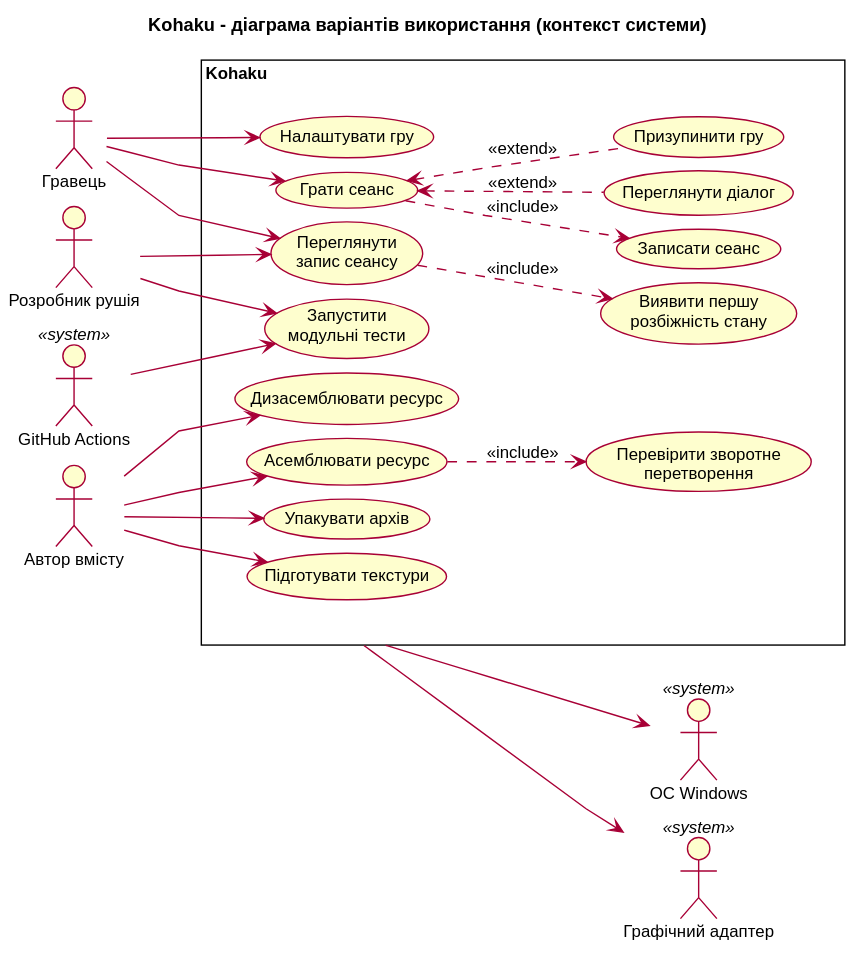
Before: docs/diagrams/level1-use-cases.svg, a diagram exported from PlantUML (kostenuksoft/th-esis). The source it was exported from:
```plantuml
@startuml
!include rose-common.iuml
left to right direction
skinparam nodesep 10
skinparam ranksep 38
title Kohaku - діаграма варіантів використання (контекст системи)

actor "Гравець" as player
actor "Розробник рушія" as developer
actor "GitHub Actions" as ci <<system>>
actor "Автор вмісту" as author

actor "ОС Windows" as windows <<system>>
actor "Графічний адаптер" as gpu <<system>>

rectangle "Kohaku" as system {
  usecase "Налаштувати гру" as settings
  usecase "Грати сеанс" as play
  usecase "Переглянути\nзапис сеансу" as review
  usecase "Запустити\nмодульні тести" as tests
  usecase "Дизасемблювати ресурс" as disasm
  usecase "Асемблювати ресурс" as asm
  usecase "Упакувати архів" as pack
  usecase "Підготувати текстури" as bake

  usecase "Переглянути діалог" as dialogue
  usecase "Призупинити гру" as pause
  usecase "Записати сеанс" as record
  usecase "Виявити першу\nрозбіжність стану" as diverge
  usecase "Перевірити зворотне\nперетворення" as roundtrip
}

player --> settings
player --> play
player --> review
developer --> review
developer --> tests
ci --> tests
author --> disasm
author --> asm
author --> pack
author --> bake

play <.. dialogue : <<extend>>
play <.. pause : <<extend>>
play ..> record : <<include>>
review ..> diverge : <<include>>
asm ..> roundtrip : <<include>>

system -down-> windows
system -down-> gpu
@enduml
```
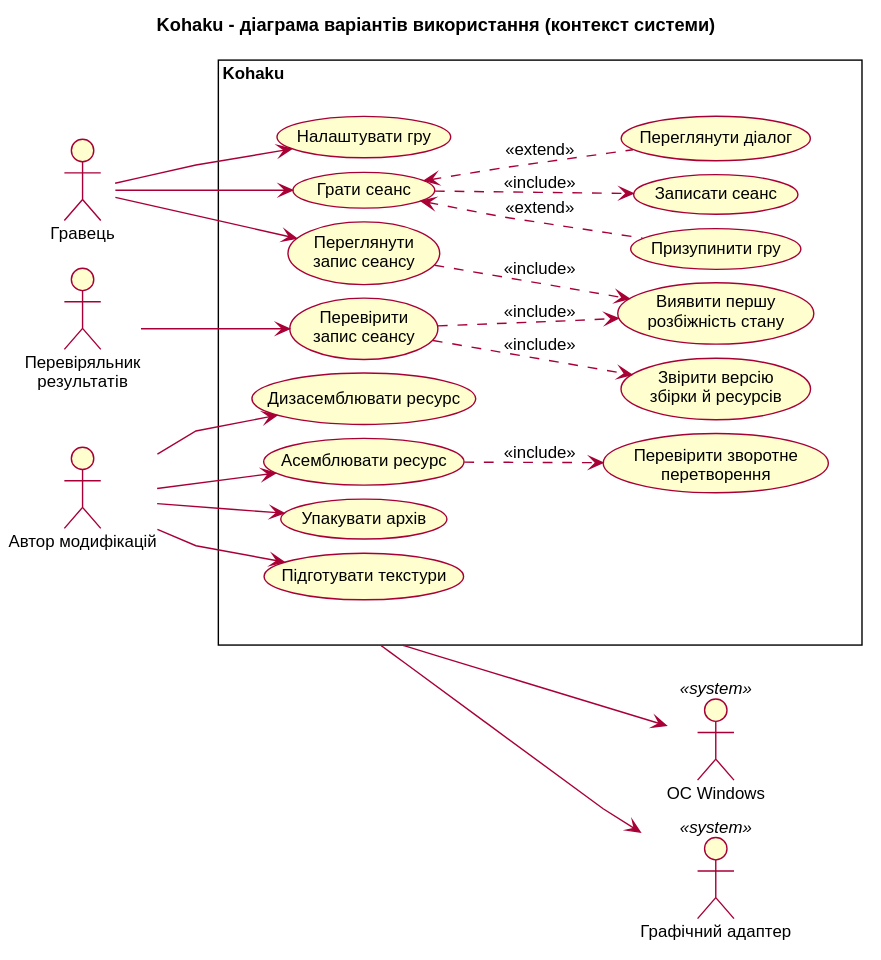
After the commit.

Commit message:
fix: replace developer and CI actors with the product's external users

Diff of the diagram source:
```diff
@@ -6,9 +6,8 @@
 title Kohaku - діаграма варіантів використання (контекст системи)
 
 actor "Гравець" as player
-actor "Розробник рушія" as developer
-actor "GitHub Actions" as ci <<system>>
-actor "Автор вмісту" as author
+actor "Перевіряльник\nрезультатів" as verifier
+actor "Автор модифікацій" as author
 
 actor "ОС Windows" as windows <<system>>
 actor "Графічний адаптер" as gpu <<system>>
@@ -17,7 +16,7 @@
   usecase "Налаштувати гру" as settings
   usecase "Грати сеанс" as play
   usecase "Переглянути\nзапис сеансу" as review
-  usecase "Запустити\nмодульні тести" as tests
+  usecase "Перевірити\nзапис сеансу" as verify
   usecase "Дизасемблювати ресурс" as disasm
   usecase "Асемблювати ресурс" as asm
   usecase "Упакувати архів" as pack
@@ -27,15 +26,14 @@
   usecase "Призупинити гру" as pause
   usecase "Записати сеанс" as record
   usecase "Виявити першу\nрозбіжність стану" as diverge
+  usecase "Звірити версію\nзбірки й ресурсів" as version
   usecase "Перевірити зворотне\nперетворення" as roundtrip
 }
 
 player --> settings
 player --> play
 player --> review
-developer --> review
-developer --> tests
-ci --> tests
+verifier --> verify
 author --> disasm
 author --> asm
 author --> pack
@@ -45,6 +43,8 @@
 play <.. pause : <<extend>>
 play ..> record : <<include>>
 review ..> diverge : <<include>>
+verify ..> version : <<include>>
+verify ..> diverge : <<include>>
 asm ..> roundtrip : <<include>>
 
 system -down-> windows
```
